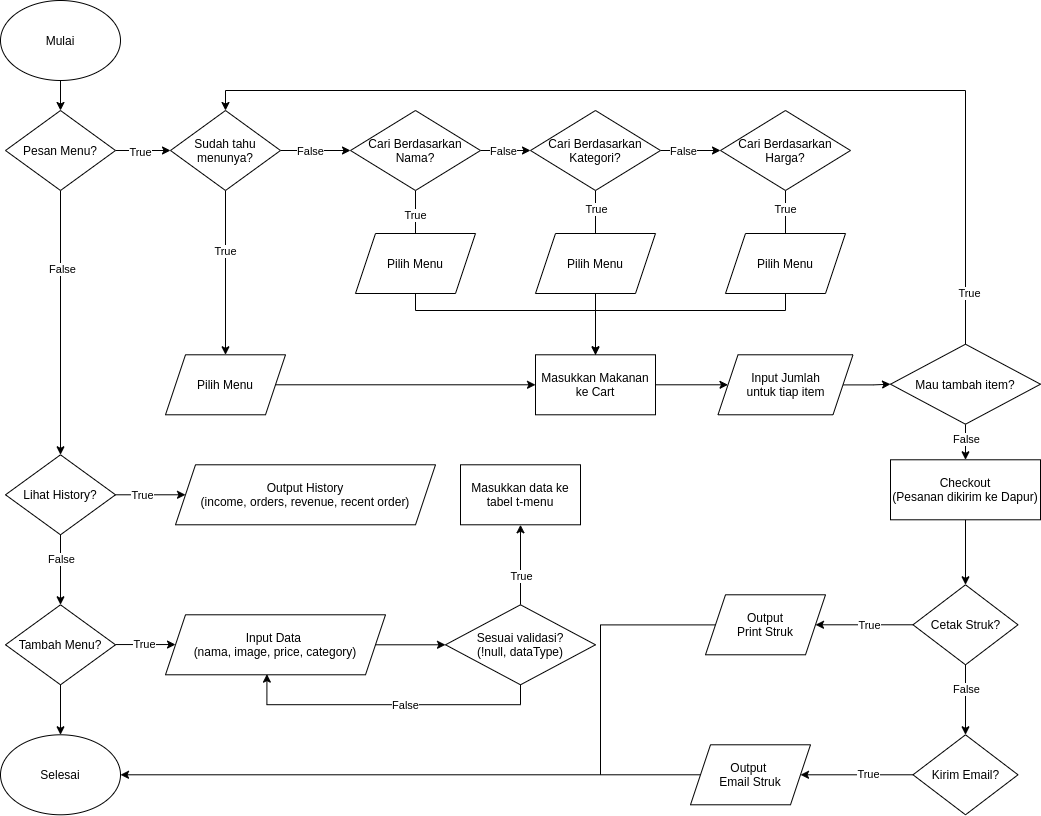
This is POS-Backend-Diagram.png from alifma/pos-backend, a draw.io export, as it was before one commit. Source tidied: cells renumbered, new cells last; positions are measured from the earlier drawing's top-left corner, leaving out a move shared by most shapes.
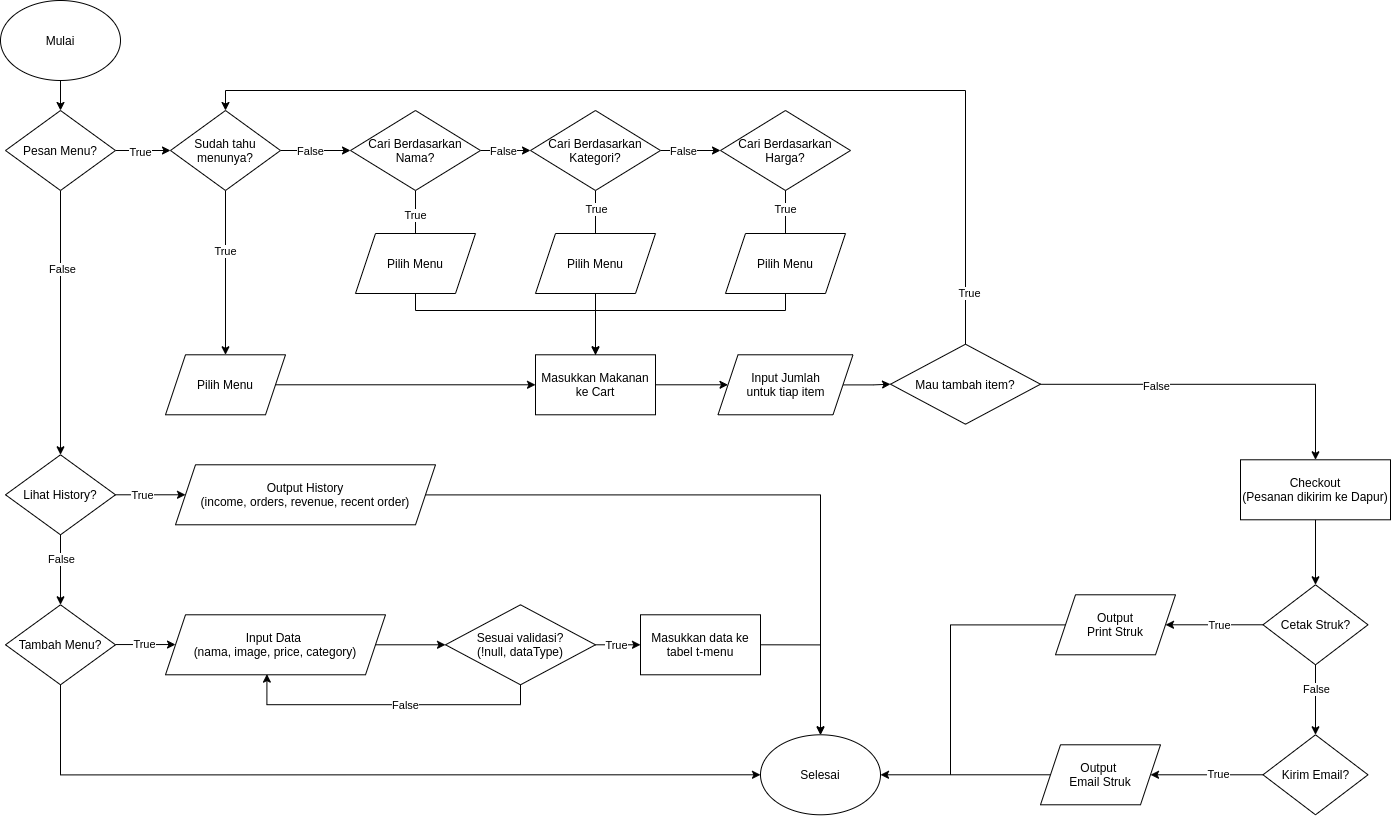
The same file after the commit.

Change to the diagram source:
```diff
@@ -9,7 +9,7 @@
       <mxGeometry width="120" height="80" as="geometry" />
     </mxCell>
     <mxCell id="4" value="Selesai" style="ellipse;whiteSpace=wrap;html=1;" parent="1" vertex="1">
-      <mxGeometry y="734.3" width="120" height="80" as="geometry" />
+      <mxGeometry x="760" y="734.3" width="120" height="80" as="geometry" />
     </mxCell>
     <mxCell id="5" style="edgeStyle=orthogonalEdgeStyle;rounded=0;jettySize=auto;html=1;" parent="1" edge="1" source="9" target="14">
       <mxGeometry relative="1" as="geometry" />
@@ -52,8 +52,12 @@
         <mxPoint x="-6.3" y="-1.8" as="offset" />
       </mxGeometry>
     </mxCell>
-    <mxCell id="17" style="edgeStyle=orthogonalEdgeStyle;rounded=0;jettySize=auto;html=1;" parent="1" edge="1" source="18" target="4">
-      <mxGeometry relative="1" as="geometry" />
+    <mxCell id="17" style="edgeStyle=orthogonalEdgeStyle;rounded=0;jettySize=auto;html=1;entryX=0;entryY=0.5;entryDx=0;entryDy=0;endArrow=classic;endFill=1;" parent="1" edge="1" source="18" target="4">
+      <mxGeometry relative="1" as="geometry">
+        <Array as="points">
+          <mxPoint x="60" y="774" />
+        </Array>
+      </mxGeometry>
     </mxCell>
     <mxCell id="18" value="Tambah Menu?" style="rhombus;whiteSpace=wrap;html=1;" parent="1" vertex="1">
       <mxGeometry x="5" y="604.3" width="110" height="80" as="geometry" />
@@ -80,15 +84,25 @@
     </mxCell>
     <mxCell id="24" value="True" style="edgeLabel;html=1;align=center;verticalAlign=middle;" parent="23" vertex="1">
       <mxGeometry x="0.11" y="-2" relative="1" as="geometry">
-        <mxPoint x="-2" y="14.8" as="offset" />
+        <mxPoint x="-6.1" y="-2" as="offset" />
       </mxGeometry>
     </mxCell>
     <mxCell id="25" value="Sesuai validasi?&lt;br&gt;(!null, dataType)" style="rhombus;whiteSpace=wrap;html=1;" parent="1" vertex="1">
       <mxGeometry x="445" y="604.3" width="150" height="80" as="geometry" />
     </mxCell>
+    <mxCell id="77" style="edgeStyle=orthogonalEdgeStyle;rounded=0;jettySize=auto;html=1;entryX=0.5;entryY=0;entryDx=0;entryDy=0;endArrow=classic;endFill=1;exitX=1;exitY=0.5;exitDx=0;exitDy=0;" parent="1" edge="1" source="26" target="4">
+      <mxGeometry relative="1" as="geometry">
+        <Array as="points">
+          <mxPoint x="820" y="644" />
+        </Array>
+      </mxGeometry>
+    </mxCell>
     <mxCell id="26" value="Masukkan data ke tabel t-menu" style="rounded=0;whiteSpace=wrap;html=1;" parent="1" vertex="1">
-      <mxGeometry x="460" y="464.3" width="120" height="60" as="geometry" />
+      <mxGeometry x="640" y="614.3" width="120" height="60" as="geometry" />
     </mxCell>
+    <mxCell id="78" style="edgeStyle=orthogonalEdgeStyle;rounded=0;jettySize=auto;html=1;entryX=0.5;entryY=0;entryDx=0;entryDy=0;endArrow=classic;endFill=1;" parent="1" edge="1" source="27" target="4">
+      <mxGeometry relative="1" as="geometry" />
+    </mxCell>
     <mxCell id="27" value="Output History&lt;br&gt;(income, orders, revenue, recent order)" style="shape=parallelogram;perimeter=parallelogramPerimeter;whiteSpace=wrap;html=1;fixedSize=1;" parent="1" vertex="1">
       <mxGeometry x="175" y="464.3" width="260" height="60" as="geometry" />
     </mxCell>
@@ -194,7 +208,7 @@
       <mxGeometry relative="1" as="geometry" />
     </mxCell>
     <mxCell id="58" value="Checkout&lt;br&gt;(Pesanan dikirim ke Dapur)" style="whiteSpace=wrap;html=1;" parent="1" vertex="1">
-      <mxGeometry x="890" y="459.3" width="150" height="60" as="geometry" />
+      <mxGeometry x="1240" y="459.3" width="150" height="60" as="geometry" />
     </mxCell>
     <mxCell id="59" style="edgeStyle=orthogonalEdgeStyle;rounded=0;jettySize=auto;html=1;" parent="1" edge="1" source="63" target="66">
       <mxGeometry relative="1" as="geometry" />
@@ -211,7 +225,7 @@
       </mxGeometry>
     </mxCell>
     <mxCell id="63" value="Cetak Struk?" style="rhombus;whiteSpace=wrap;html=1;" parent="1" vertex="1">
-      <mxGeometry x="912.5" y="584.3" width="105" height="80" as="geometry" />
+      <mxGeometry x="1262.5" y="584.3" width="105" height="80" as="geometry" />
     </mxCell>
     <mxCell id="64" style="edgeStyle=orthogonalEdgeStyle;rounded=0;jettySize=auto;html=1;" parent="1" edge="1" source="66" target="70">
       <mxGeometry relative="1" as="geometry" />
@@ -220,21 +234,21 @@
       <mxGeometry x="-0.19" y="-1" relative="1" as="geometry" />
     </mxCell>
     <mxCell id="66" value="Kirim Email?" style="rhombus;whiteSpace=wrap;html=1;" parent="1" vertex="1">
-      <mxGeometry x="912.5" y="734.3" width="105" height="80" as="geometry" />
+      <mxGeometry x="1262.5" y="734.3" width="105" height="80" as="geometry" />
     </mxCell>
     <mxCell id="67" style="edgeStyle=orthogonalEdgeStyle;rounded=0;jettySize=auto;html=1;endArrow=none;endFill=0;" parent="1" edge="1" source="68">
       <mxGeometry relative="1" as="geometry">
-        <mxPoint x="600" y="774.3" as="targetPoint" />
+        <mxPoint x="950" y="774.3" as="targetPoint" />
       </mxGeometry>
     </mxCell>
     <mxCell id="68" value="Output&lt;br&gt;Print Struk" style="shape=parallelogram;perimeter=parallelogramPerimeter;whiteSpace=wrap;html=1;fixedSize=1;" parent="1" vertex="1">
-      <mxGeometry x="705" y="594.3" width="120" height="60" as="geometry" />
+      <mxGeometry x="1055" y="594.3" width="120" height="60" as="geometry" />
     </mxCell>
     <mxCell id="69" style="edgeStyle=orthogonalEdgeStyle;rounded=0;jettySize=auto;html=1;entryX=1;entryY=0.5;entryDx=0;entryDy=0;" parent="1" edge="1" source="70" target="4">
       <mxGeometry relative="1" as="geometry" />
     </mxCell>
     <mxCell id="70" value="Output&amp;nbsp;&lt;br&gt;Email Struk" style="shape=parallelogram;perimeter=parallelogramPerimeter;whiteSpace=wrap;html=1;fixedSize=1;" parent="1" vertex="1">
-      <mxGeometry x="690" y="744.3" width="120" height="60" as="geometry" />
+      <mxGeometry x="1040" y="744.3" width="120" height="60" as="geometry" />
     </mxCell>
     <mxCell id="71" style="edgeStyle=orthogonalEdgeStyle;rounded=0;jettySize=auto;html=1;endArrow=classic;endFill=1;" parent="1" edge="1" source="72" target="49">
       <mxGeometry relative="1" as="geometry">
```
